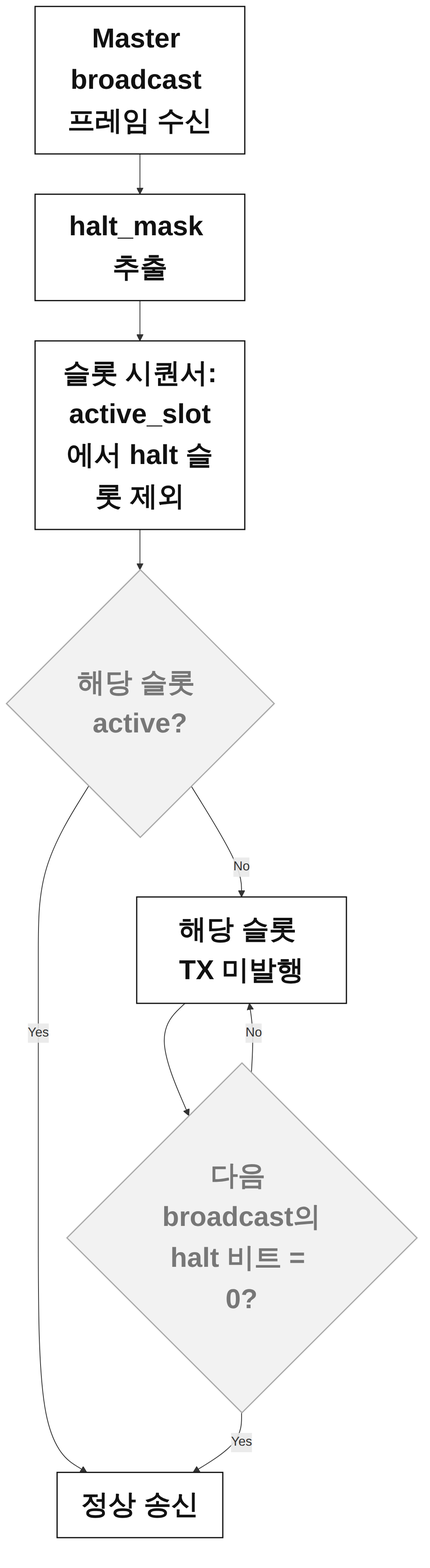
Above: diagrams/section3/zoom/slave_halt_flow.png in Woodong02/SoC_Design_and_Programming (Mermaid), before the change. Its source is kept beside it as diagrams/section3/zoom/slave_halt_flow.mmd. The source it was exported from:
```mermaid
%%{init: {'themeVariables': {'fontSize': '34px'}}, 'flowchart': {'nodeSpacing': 35, 'rankSpacing': 45}}%%
flowchart TD
    A["Master broadcast 프레임 수신"]:::node --> B["halt_mask 추출"]:::node
    B --> C["슬롯 시퀀서:\nactive_slot에서 halt 슬롯 제외"]:::node
    C --> D{"해당 슬롯 active?"}:::dim
    D -- No --> E["해당 슬롯 TX 미발행"]:::node
    D -- Yes --> F["정상 송신"]:::node
    E --> G{"다음 broadcast의\nhalt 비트 = 0?"}:::dim
    G -- Yes --> F
    G -- No --> E

classDef node fill:#FFFFFF,stroke:#111111,stroke-width:1.5px,color:#111111,font-weight:bold,font-size:34px
classDef dim fill:#F2F2F2,stroke:#AAAAAA,color:#777777,font-weight:bold,font-size:34px
```
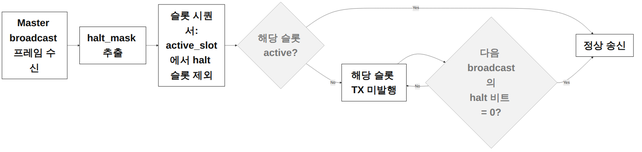
After the change.

Commit message:
Widen Master/Slave fault-flow diagrams for legibility

Change to the diagram source:
```diff
@@ -1,5 +1,5 @@
-%%{init: {'themeVariables': {'fontSize': '34px'}}, 'flowchart': {'nodeSpacing': 35, 'rankSpacing': 45}}%%
-flowchart TD
+%%{init: {'themeVariables': {'fontSize': '40px'}}, 'flowchart': {'nodeSpacing': 45, 'rankSpacing': 70}}%%
+flowchart LR
     A["Master broadcast 프레임 수신"]:::node --> B["halt_mask 추출"]:::node
     B --> C["슬롯 시퀀서:\nactive_slot에서 halt 슬롯 제외"]:::node
     C --> D{"해당 슬롯 active?"}:::dim
@@ -9,5 +9,5 @@
     G -- Yes --> F
     G -- No --> E
 
-classDef node fill:#FFFFFF,stroke:#111111,stroke-width:1.5px,color:#111111,font-weight:bold,font-size:34px
-classDef dim fill:#F2F2F2,stroke:#AAAAAA,color:#777777,font-weight:bold,font-size:34px
+classDef node fill:#FFFFFF,stroke:#111111,stroke-width:1.5px,color:#111111,font-weight:bold,font-size:40px
+classDef dim fill:#F2F2F2,stroke:#AAAAAA,color:#777777,font-weight:bold,font-size:40px
```
